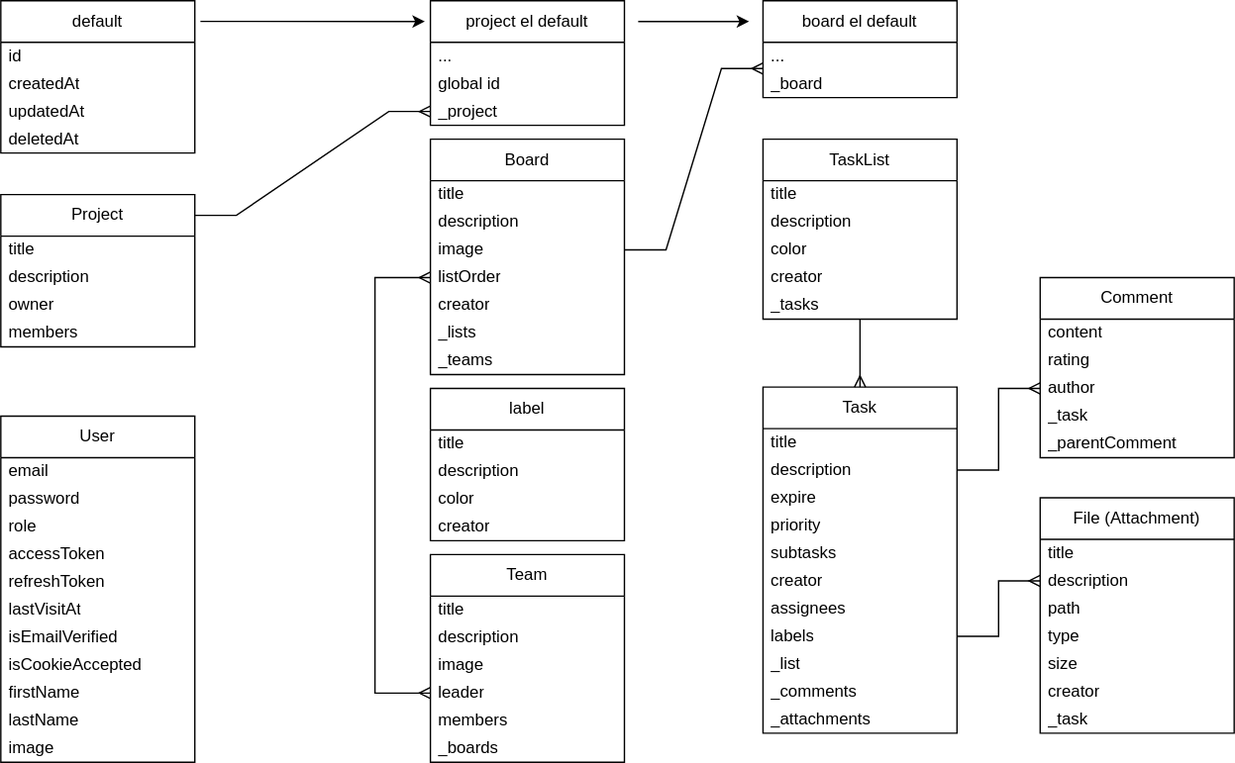
Above: src/db/schema.svg in kaa88/my_project_manager_api (draw.io), before the change. Source tidied: cells renumbered, new cells last; positions are measured from the earlier drawing's top-left corner, leaving out a move shared by most shapes.
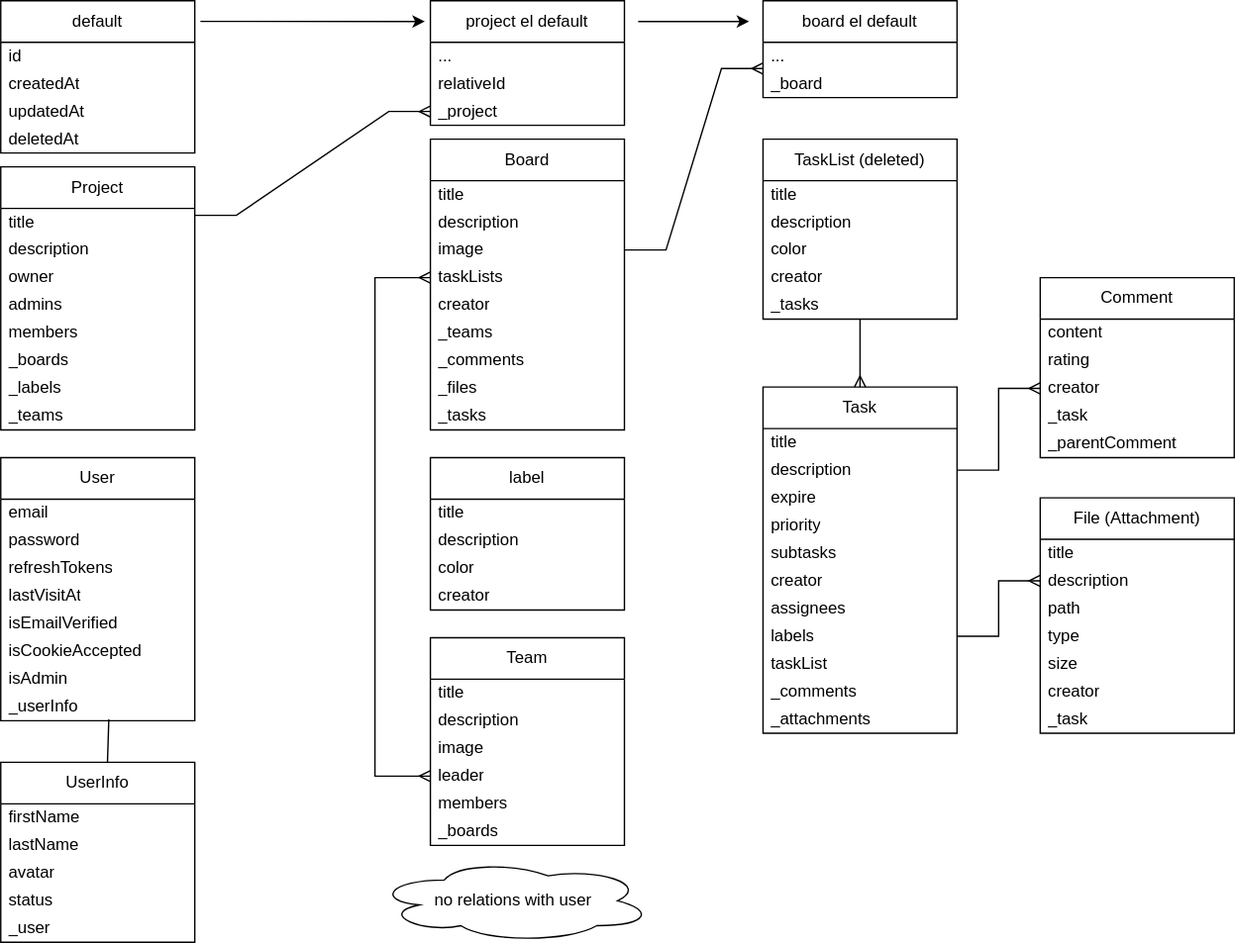
After the commit.

Change to the diagram source:
```diff
@@ -48,7 +48,7 @@
     <mxCell id="15" value="labels" style="text;strokeColor=none;fillColor=none;align=left;verticalAlign=middle;spacingLeft=4;spacingRight=4;overflow=hidden;points=[[0,0.5],[1,0.5]];portConstraint=eastwest;whiteSpace=wrap;html=1;" parent="7" vertex="1">
       <mxGeometry y="170" width="140" height="20" as="geometry" />
     </mxCell>
-    <mxCell id="16" value="_list" style="text;strokeColor=none;fillColor=none;align=left;verticalAlign=middle;spacingLeft=4;spacingRight=4;overflow=hidden;whiteSpace=wrap;html=1;" parent="7" vertex="1">
+    <mxCell id="16" value="taskList" style="text;strokeColor=none;fillColor=none;align=left;verticalAlign=middle;spacingLeft=4;spacingRight=4;overflow=hidden;whiteSpace=wrap;html=1;" parent="7" vertex="1">
       <mxGeometry y="190" width="140" height="20" as="geometry" />
     </mxCell>
     <mxCell id="17" value="_comments" style="text;strokeColor=none;fillColor=none;align=left;verticalAlign=middle;spacingLeft=4;spacingRight=4;overflow=hidden;whiteSpace=wrap;html=1;" parent="7" vertex="1">
@@ -59,7 +59,7 @@
     </mxCell>
     <object id="19" label="User" placeholders="1">
       <mxCell style="swimlane;fontStyle=0;horizontal=1;startSize=30;whiteSpace=wrap;html=1;" parent="1" vertex="1">
-        <mxGeometry y="300" width="140" height="250" as="geometry" />
+        <mxGeometry y="330" width="140" height="190" as="geometry" />
       </mxCell>
     </object>
     <mxCell id="20" value="email" style="text;strokeColor=none;fillColor=none;align=left;verticalAlign=middle;spacingLeft=4;spacingRight=4;overflow=hidden;whiteSpace=wrap;html=1;" parent="19" vertex="1">
@@ -68,33 +68,24 @@
     <mxCell id="21" value="password" style="text;strokeColor=none;fillColor=none;align=left;verticalAlign=middle;spacingLeft=4;spacingRight=4;overflow=hidden;whiteSpace=wrap;html=1;" parent="19" vertex="1">
       <mxGeometry y="50" width="140" height="20" as="geometry" />
     </mxCell>
-    <mxCell id="22" value="role" style="text;strokeColor=none;fillColor=none;align=left;verticalAlign=middle;spacingLeft=4;spacingRight=4;overflow=hidden;whiteSpace=wrap;html=1;" parent="19" vertex="1">
-      <mxGeometry y="70" width="140" height="20" as="geometry" />
-    </mxCell>
-    <mxCell id="23" value="accessToken" style="text;strokeColor=none;fillColor=none;align=left;verticalAlign=middle;spacingLeft=4;spacingRight=4;overflow=hidden;whiteSpace=wrap;html=1;" parent="19" vertex="1">
-      <mxGeometry y="90" width="140" height="20" as="geometry" />
-    </mxCell>
-    <mxCell id="24" value="refreshToken" style="text;strokeColor=none;fillColor=none;align=left;verticalAlign=middle;spacingLeft=4;spacingRight=4;overflow=hidden;whiteSpace=wrap;html=1;" parent="19" vertex="1">
-      <mxGeometry y="110" width="140" height="20" as="geometry" />
+    <mxCell id="24" value="refreshTokens" style="text;strokeColor=none;fillColor=none;align=left;verticalAlign=middle;spacingLeft=4;spacingRight=4;overflow=hidden;whiteSpace=wrap;html=1;" parent="19" vertex="1">
+      <mxGeometry y="70" width="140" height="20" as="geometry" />
     </mxCell>
     <mxCell id="25" value="lastVisitAt" style="text;strokeColor=none;fillColor=none;align=left;verticalAlign=middle;spacingLeft=4;spacingRight=4;overflow=hidden;whiteSpace=wrap;html=1;" parent="19" vertex="1">
-      <mxGeometry y="130" width="140" height="20" as="geometry" />
+      <mxGeometry y="90" width="140" height="20" as="geometry" />
     </mxCell>
     <mxCell id="26" value="isEmailVerified" style="text;strokeColor=none;fillColor=none;align=left;verticalAlign=middle;spacingLeft=4;spacingRight=4;overflow=hidden;whiteSpace=wrap;html=1;" parent="19" vertex="1">
-      <mxGeometry y="150" width="140" height="20" as="geometry" />
+      <mxGeometry y="110" width="140" height="20" as="geometry" />
     </mxCell>
     <mxCell id="27" value="isCookieAccepted" style="text;strokeColor=none;fillColor=none;align=left;verticalAlign=middle;spacingLeft=4;spacingRight=4;overflow=hidden;whiteSpace=wrap;html=1;" parent="19" vertex="1">
-      <mxGeometry y="170" width="140" height="20" as="geometry" />
+      <mxGeometry y="130" width="140" height="20" as="geometry" />
     </mxCell>
-    <mxCell id="28" value="firstName" style="text;strokeColor=none;fillColor=none;align=left;verticalAlign=middle;spacingLeft=4;spacingRight=4;overflow=hidden;whiteSpace=wrap;html=1;" parent="19" vertex="1">
-      <mxGeometry y="190" width="140" height="20" as="geometry" />
+    <mxCell id="28" value="isAdmin" style="text;strokeColor=none;fillColor=none;align=left;verticalAlign=middle;spacingLeft=4;spacingRight=4;overflow=hidden;whiteSpace=wrap;html=1;" parent="19" vertex="1">
+      <mxGeometry y="150" width="140" height="20" as="geometry" />
     </mxCell>
-    <mxCell id="29" value="lastName" style="text;strokeColor=none;fillColor=none;align=left;verticalAlign=middle;spacingLeft=4;spacingRight=4;overflow=hidden;whiteSpace=wrap;html=1;" parent="19" vertex="1">
-      <mxGeometry y="210" width="140" height="20" as="geometry" />
-    </mxCell>
-    <mxCell id="30" value="image" style="text;strokeColor=none;fillColor=none;align=left;verticalAlign=middle;spacingLeft=4;spacingRight=4;overflow=hidden;whiteSpace=wrap;html=1;" parent="19" vertex="1">
-      <mxGeometry y="230" width="140" height="20" as="geometry" />
-    </mxCell>
+    <mxCell id="91" value="_userInfo" style="text;strokeColor=none;fillColor=none;align=left;verticalAlign=middle;spacingLeft=4;spacingRight=4;overflow=hidden;points=[[0,0.5],[1,0.5]];portConstraint=eastwest;whiteSpace=wrap;html=1;" parent="19" vertex="1">
+      <mxGeometry y="170" width="140" height="20" as="geometry" />
+    </mxCell>
     <object id="31" label="Comment" placeholders="1">
       <mxCell style="swimlane;fontStyle=0;horizontal=1;startSize=30;whiteSpace=wrap;html=1;" parent="1" vertex="1">
         <mxGeometry x="750" y="200" width="140" height="130" as="geometry" />
@@ -106,7 +97,7 @@
     <mxCell id="33" value="rating" style="text;strokeColor=none;fillColor=none;align=left;verticalAlign=middle;spacingLeft=4;spacingRight=4;overflow=hidden;whiteSpace=wrap;html=1;" parent="31" vertex="1">
       <mxGeometry y="50" width="140" height="20" as="geometry" />
     </mxCell>
-    <mxCell id="34" value="author" style="text;strokeColor=none;fillColor=none;align=left;verticalAlign=middle;spacingLeft=4;spacingRight=4;overflow=hidden;points=[[0,0.5],[1,0.5]];portConstraint=eastwest;whiteSpace=wrap;html=1;" parent="31" vertex="1">
+    <mxCell id="34" value="creator" style="text;strokeColor=none;fillColor=none;align=left;verticalAlign=middle;spacingLeft=4;spacingRight=4;overflow=hidden;points=[[0,0.5],[1,0.5]];portConstraint=eastwest;whiteSpace=wrap;html=1;" parent="31" vertex="1">
       <mxGeometry y="70" width="140" height="20" as="geometry" />
     </mxCell>
     <mxCell id="35" value="_task" style="text;strokeColor=none;fillColor=none;align=left;verticalAlign=middle;spacingLeft=4;spacingRight=4;overflow=hidden;whiteSpace=wrap;html=1;" parent="31" vertex="1">
@@ -115,7 +106,7 @@
     <mxCell id="36" value="_parentComment" style="text;strokeColor=none;fillColor=none;align=left;verticalAlign=middle;spacingLeft=4;spacingRight=4;overflow=hidden;whiteSpace=wrap;html=1;" parent="31" vertex="1">
       <mxGeometry y="110" width="140" height="20" as="geometry" />
     </mxCell>
-    <object id="37" label="TaskList" placeholders="1">
+    <object id="37" label="TaskList (deleted)" placeholders="1">
       <mxCell style="swimlane;fontStyle=0;horizontal=1;startSize=30;whiteSpace=wrap;html=1;" parent="1" vertex="1">
         <mxGeometry x="550" y="100" width="140" height="130" as="geometry" />
       </mxCell>
@@ -137,7 +128,7 @@
     </mxCell>
     <object id="43" label="label" placeholders="1">
       <mxCell style="swimlane;fontStyle=0;horizontal=1;startSize=30;whiteSpace=wrap;html=1;" parent="1" vertex="1">
-        <mxGeometry x="310" y="280" width="140" height="110" as="geometry" />
+        <mxGeometry x="310" y="330" width="140" height="110" as="geometry" />
       </mxCell>
     </object>
     <mxCell id="44" value="title" style="text;strokeColor=none;fillColor=none;align=left;verticalAlign=middle;spacingLeft=4;spacingRight=4;overflow=hidden;whiteSpace=wrap;html=1;" parent="43" vertex="1">
@@ -154,7 +145,7 @@
     </mxCell>
     <object id="48" label="Team" placeholders="1">
       <mxCell style="swimlane;fontStyle=0;horizontal=1;startSize=30;whiteSpace=wrap;html=1;" parent="1" vertex="1">
-        <mxGeometry x="310" y="400" width="140" height="150" as="geometry" />
+        <mxGeometry x="310" y="460" width="140" height="150" as="geometry" />
       </mxCell>
     </object>
     <mxCell id="49" value="title" style="text;strokeColor=none;fillColor=none;align=left;verticalAlign=middle;spacingLeft=4;spacingRight=4;overflow=hidden;whiteSpace=wrap;html=1;" parent="48" vertex="1">
@@ -203,7 +194,7 @@
     </mxCell>
     <object id="63" label="Board" placeholders="1">
       <mxCell style="swimlane;fontStyle=0;horizontal=1;startSize=30;whiteSpace=wrap;html=1;" parent="1" vertex="1">
-        <mxGeometry x="310" y="100" width="140" height="170" as="geometry" />
+        <mxGeometry x="310" y="100" width="140" height="210" as="geometry" />
       </mxCell>
     </object>
     <mxCell id="64" value="title" style="text;strokeColor=none;fillColor=none;align=left;verticalAlign=middle;spacingLeft=4;spacingRight=4;overflow=hidden;whiteSpace=wrap;html=1;" parent="63" vertex="1">
@@ -215,18 +206,24 @@
     <mxCell id="66" value="image" style="text;strokeColor=none;fillColor=none;align=left;verticalAlign=middle;spacingLeft=4;spacingRight=4;overflow=hidden;points=[[0,0.5],[1,0.5]];portConstraint=eastwest;whiteSpace=wrap;html=1;" parent="63" vertex="1">
       <mxGeometry y="70" width="140" height="20" as="geometry" />
     </mxCell>
-    <mxCell id="67" value="listOrder" style="text;strokeColor=none;fillColor=none;align=left;verticalAlign=middle;spacingLeft=4;spacingRight=4;overflow=hidden;points=[[0,0.5],[1,0.5]];portConstraint=eastwest;whiteSpace=wrap;html=1;" parent="63" vertex="1">
+    <mxCell id="67" value="taskLists" style="text;strokeColor=none;fillColor=none;align=left;verticalAlign=middle;spacingLeft=4;spacingRight=4;overflow=hidden;points=[[0,0.5],[1,0.5]];portConstraint=eastwest;whiteSpace=wrap;html=1;" parent="63" vertex="1">
       <mxGeometry y="90" width="140" height="20" as="geometry" />
     </mxCell>
     <mxCell id="68" value="creator" style="text;strokeColor=none;fillColor=none;align=left;verticalAlign=middle;spacingLeft=4;spacingRight=4;overflow=hidden;whiteSpace=wrap;html=1;" parent="63" vertex="1">
       <mxGeometry y="110" width="140" height="20" as="geometry" />
     </mxCell>
+    <mxCell id="70" value="_teams" style="text;strokeColor=none;fillColor=none;align=left;verticalAlign=middle;spacingLeft=4;spacingRight=4;overflow=hidden;whiteSpace=wrap;html=1;" parent="63" vertex="1">
+      <mxGeometry y="130" width="140" height="20" as="geometry" />
+    </mxCell>
-    <mxCell id="69" value="_lists" style="text;strokeColor=none;fillColor=none;align=left;verticalAlign=middle;spacingLeft=4;spacingRight=4;overflow=hidden;whiteSpace=wrap;html=1;" parent="63" vertex="1">
-      <mxGeometry y="130" width="140" height="20" as="geometry" />
+    <mxCell id="69" value="_comments" style="text;strokeColor=none;fillColor=none;align=left;verticalAlign=middle;spacingLeft=4;spacingRight=4;overflow=hidden;whiteSpace=wrap;html=1;" parent="63" vertex="1">
+      <mxGeometry y="150" width="140" height="20" as="geometry" />
     </mxCell>
-    <mxCell id="70" value="_teams" style="text;strokeColor=none;fillColor=none;align=left;verticalAlign=middle;spacingLeft=4;spacingRight=4;overflow=hidden;whiteSpace=wrap;html=1;" parent="63" vertex="1">
-      <mxGeometry y="150" width="140" height="20" as="geometry" />
-    </mxCell>
+    <mxCell id="92" value="_files" style="text;strokeColor=none;fillColor=none;align=left;verticalAlign=middle;spacingLeft=4;spacingRight=4;overflow=hidden;whiteSpace=wrap;html=1;" parent="63" vertex="1">
+      <mxGeometry y="170" width="140" height="20" as="geometry" />
+    </mxCell>
+    <mxCell id="93" value="_tasks" style="text;strokeColor=none;fillColor=none;align=left;verticalAlign=middle;spacingLeft=4;spacingRight=4;overflow=hidden;whiteSpace=wrap;html=1;" parent="63" vertex="1">
+      <mxGeometry y="190" width="140" height="20" as="geometry" />
+    </mxCell>
     <mxCell id="71" style="edgeStyle=entityRelationEdgeStyle;fontSize=12;html=1;endArrow=ERmany;rounded=0;entryX=0;entryY=-0.05;entryDx=0;entryDy=0;exitX=1;exitY=0.5;exitDx=0;exitDy=0;entryPerimeter=0;" parent="1" edge="1" source="66" target="90">
       <mxGeometry relative="1" as="geometry" />
     </mxCell>
@@ -238,7 +235,7 @@
     </mxCell>
     <object id="74" label="Project" placeholders="1">
       <mxCell style="swimlane;fontStyle=0;horizontal=1;startSize=30;whiteSpace=wrap;html=1;" parent="1" vertex="1">
-        <mxGeometry y="140" width="140" height="110" as="geometry" />
+        <mxGeometry y="120" width="140" height="190" as="geometry" />
       </mxCell>
     </object>
     <mxCell id="75" value="title" style="text;strokeColor=none;fillColor=none;align=left;verticalAlign=middle;spacingLeft=4;spacingRight=4;overflow=hidden;whiteSpace=wrap;html=1;" parent="74" vertex="1">
@@ -250,9 +247,21 @@
     <mxCell id="77" value="owner" style="text;strokeColor=none;fillColor=none;align=left;verticalAlign=middle;spacingLeft=4;spacingRight=4;overflow=hidden;whiteSpace=wrap;html=1;" parent="74" vertex="1">
       <mxGeometry y="70" width="140" height="20" as="geometry" />
     </mxCell>
+    <mxCell id="94" value="admins" style="text;strokeColor=none;fillColor=none;align=left;verticalAlign=middle;spacingLeft=4;spacingRight=4;overflow=hidden;whiteSpace=wrap;html=1;" parent="74" vertex="1">
+      <mxGeometry y="90" width="140" height="20" as="geometry" />
+    </mxCell>
     <mxCell id="78" value="members" style="text;strokeColor=none;fillColor=none;align=left;verticalAlign=middle;spacingLeft=4;spacingRight=4;overflow=hidden;whiteSpace=wrap;html=1;" parent="74" vertex="1">
-      <mxGeometry y="90" width="140" height="20" as="geometry" />
+      <mxGeometry y="110" width="140" height="20" as="geometry" />
     </mxCell>
+    <mxCell id="95" value="_boards" style="text;strokeColor=none;fillColor=none;align=left;verticalAlign=middle;spacingLeft=4;spacingRight=4;overflow=hidden;whiteSpace=wrap;html=1;" parent="74" vertex="1">
+      <mxGeometry y="130" width="140" height="20" as="geometry" />
+    </mxCell>
+    <mxCell id="96" value="_labels" style="text;strokeColor=none;fillColor=none;align=left;verticalAlign=middle;spacingLeft=4;spacingRight=4;overflow=hidden;whiteSpace=wrap;html=1;" parent="74" vertex="1">
+      <mxGeometry y="150" width="140" height="20" as="geometry" />
+    </mxCell>
+    <mxCell id="97" value="_teams" style="text;strokeColor=none;fillColor=none;align=left;verticalAlign=middle;spacingLeft=4;spacingRight=4;overflow=hidden;whiteSpace=wrap;html=1;" parent="74" vertex="1">
+      <mxGeometry y="170" width="140" height="20" as="geometry" />
+    </mxCell>
     <object id="79" label="project el default" placeholders="1">
       <mxCell style="swimlane;fontStyle=0;horizontal=1;startSize=30;whiteSpace=wrap;html=1;" parent="1" vertex="1">
         <mxGeometry x="310" width="140" height="90" as="geometry" />
@@ -261,7 +270,7 @@
     <mxCell id="80" value="..." style="text;strokeColor=none;fillColor=none;align=left;verticalAlign=middle;spacingLeft=4;spacingRight=4;overflow=hidden;whiteSpace=wrap;html=1;" parent="79" vertex="1">
       <mxGeometry y="30" width="140" height="20" as="geometry" />
     </mxCell>
-    <mxCell id="81" value="global id" style="text;strokeColor=none;fillColor=none;align=left;verticalAlign=middle;spacingLeft=4;spacingRight=4;overflow=hidden;whiteSpace=wrap;html=1;" parent="79" vertex="1">
+    <mxCell id="81" value="relativeId" style="text;strokeColor=none;fillColor=none;align=left;verticalAlign=middle;spacingLeft=4;spacingRight=4;overflow=hidden;whiteSpace=wrap;html=1;" parent="79" vertex="1">
       <mxGeometry y="50" width="140" height="20" as="geometry" />
     </mxCell>
     <mxCell id="82" value="_project" style="text;strokeColor=none;fillColor=none;align=left;verticalAlign=middle;spacingLeft=4;spacingRight=4;overflow=hidden;points=[[0,0.5],[1,0.5]];portConstraint=eastwest;whiteSpace=wrap;html=1;" parent="79" vertex="1">
@@ -304,5 +313,31 @@
     <mxCell id="90" value="_board" style="text;strokeColor=none;fillColor=none;align=left;verticalAlign=middle;spacingLeft=4;spacingRight=4;overflow=hidden;points=[[0,0.5],[1,0.5]];portConstraint=eastwest;whiteSpace=wrap;html=1;" parent="87" vertex="1">
       <mxGeometry y="50" width="140" height="20" as="geometry" />
     </mxCell>
+    <object id="98" label="UserInfo" placeholders="1">
+      <mxCell style="swimlane;fontStyle=0;horizontal=1;startSize=30;whiteSpace=wrap;html=1;" parent="1" vertex="1">
+        <mxGeometry y="550" width="140" height="130" as="geometry" />
+      </mxCell>
+    </object>
+    <mxCell id="99" value="firstName" style="text;strokeColor=none;fillColor=none;align=left;verticalAlign=middle;spacingLeft=4;spacingRight=4;overflow=hidden;whiteSpace=wrap;html=1;" parent="98" vertex="1">
+      <mxGeometry y="30" width="140" height="20" as="geometry" />
+    </mxCell>
+    <mxCell id="29" value="lastName" style="text;strokeColor=none;fillColor=none;align=left;verticalAlign=middle;spacingLeft=4;spacingRight=4;overflow=hidden;whiteSpace=wrap;html=1;" parent="98" vertex="1">
+      <mxGeometry y="50" width="140" height="20" as="geometry" />
+    </mxCell>
+    <mxCell id="100" value="avatar" style="text;strokeColor=none;fillColor=none;align=left;verticalAlign=middle;spacingLeft=4;spacingRight=4;overflow=hidden;whiteSpace=wrap;html=1;" parent="98" vertex="1">
+      <mxGeometry y="70" width="140" height="20" as="geometry" />
+    </mxCell>
+    <mxCell id="101" value="status" style="text;strokeColor=none;fillColor=none;align=left;verticalAlign=middle;spacingLeft=4;spacingRight=4;overflow=hidden;whiteSpace=wrap;html=1;" parent="98" vertex="1">
+      <mxGeometry y="90" width="140" height="20" as="geometry" />
+    </mxCell>
+    <mxCell id="102" value="_user" style="text;strokeColor=none;fillColor=none;align=left;verticalAlign=middle;spacingLeft=4;spacingRight=4;overflow=hidden;whiteSpace=wrap;html=1;" parent="98" vertex="1">
+      <mxGeometry y="110" width="140" height="20" as="geometry" />
+    </mxCell>
+    <mxCell id="103" style="endArrow=none;html=1;rounded=0;entryX=0.55;entryY=0;entryDx=0;entryDy=0;entryPerimeter=0;exitX=0.557;exitY=0.95;exitDx=0;exitDy=0;exitPerimeter=0;" parent="1" edge="1" source="91" target="98">
+      <mxGeometry relative="1" as="geometry" />
+    </mxCell>
+    <mxCell id="104" value="no relations with user" style="ellipse;shape=cloud;whiteSpace=wrap;html=1;" parent="1" vertex="1">
+      <mxGeometry x="270" y="620" width="200" height="60" as="geometry" />
+    </mxCell>
   </root>
 </mxGraphModel>
```
